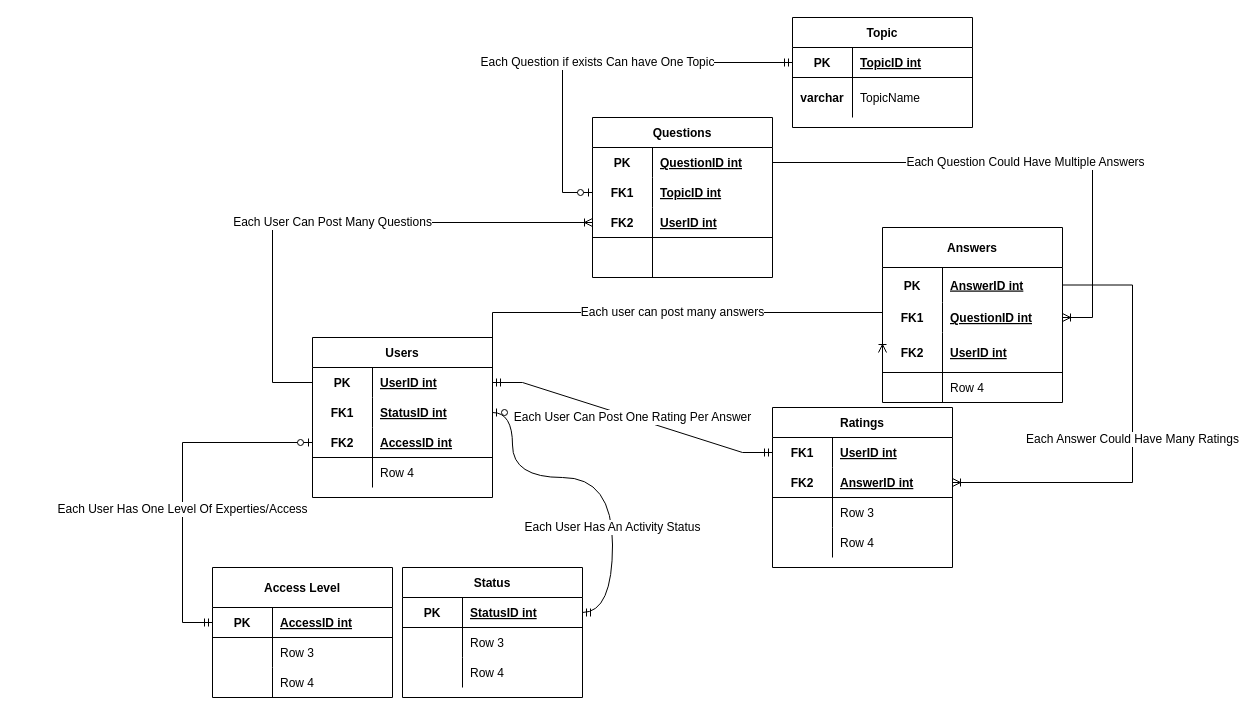
Before: Pratice5/DatabaseRelation.drawio in Frillion/mysqlDatabases2022, a draw.io diagram. Source tidied: cells renumbered, new cells numbered last; positions are measured from the earlier drawing's top-left corner, leaving out a move shared by most shapes. Both pictures are drawn from the tidied source at 100%, with x=0, y=0 at pixel (182, 17).
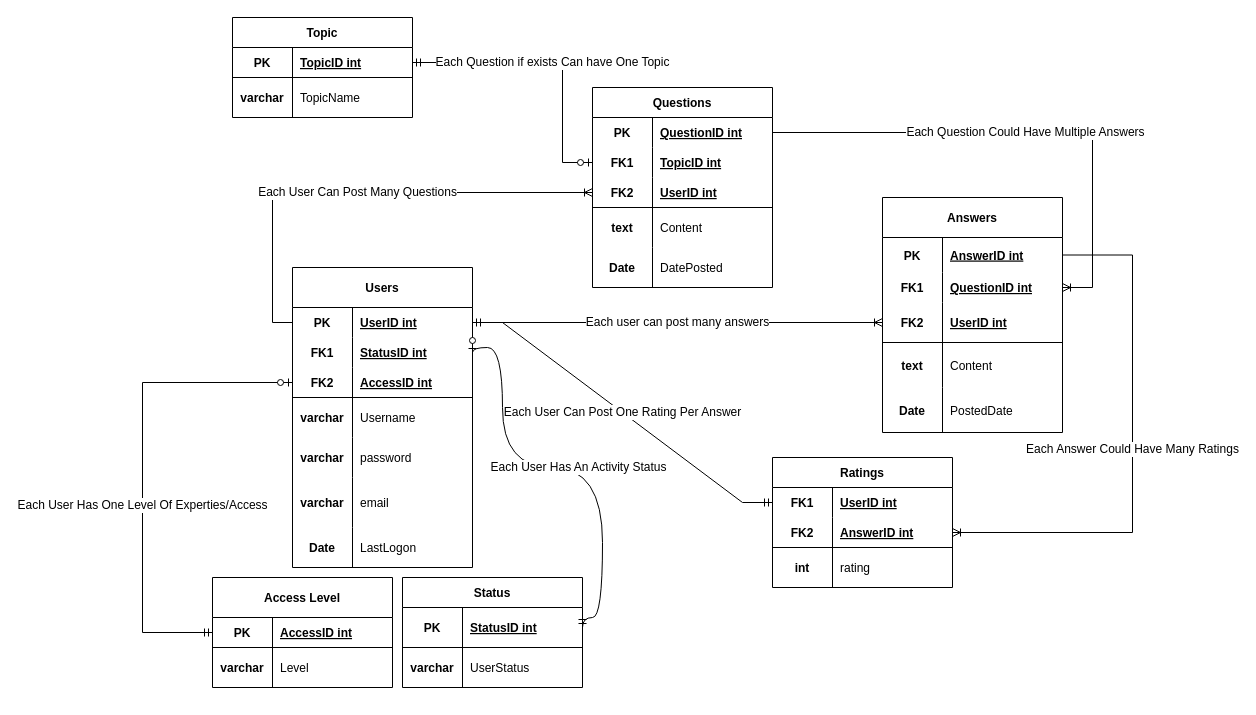
The same diagram, later.

Unchanged cells that the change refers to:
```xml
<mxCell id="22" style="shape=tableRow;horizontal=0;startSize=0;swimlaneHead=0;swimlaneBody=0;fillColor=none;points=[[0,0.5],[1,0.5]];portConstraint=eastwest;top=0;left=0;right=0;bottom=1;" parent="15" vertex="1">
  <mxGeometry y="105" width="180" height="40" as="geometry" />
</mxCell>
<mxCell id="32" style="shape=tableRow;horizontal=0;startSize=0;swimlaneHead=0;swimlaneBody=0;fillColor=none;points=[[0,0.5],[1,0.5]];portConstraint=eastwest;top=0;left=0;right=0;bottom=0;" parent="28" vertex="1">
  <mxGeometry y="60" width="180" height="30" as="geometry" />
</mxCell>
<mxCell id="38" style="shape=tableRow;horizontal=0;startSize=0;swimlaneHead=0;swimlaneBody=0;fillColor=none;top=0;left=0;right=0;bottom=0;" parent="28" vertex="1">
  <mxGeometry y="120" width="180" height="40" as="geometry" />
</mxCell>
<mxCell id="60" style="shape=tableRow;horizontal=0;startSize=0;swimlaneHead=0;swimlaneBody=0;fillColor=none;points=[[0,0.5],[1,0.5]];portConstraint=eastwest;top=0;left=0;right=0;bottom=1;" parent="59" vertex="1">
  <mxGeometry y="40" width="180" height="30" as="geometry" />
</mxCell>
<mxCell id="71" style="shape=tableRow;horizontal=0;startSize=0;swimlaneHead=0;swimlaneBody=0;fillColor=none;points=[[0,0.5],[1,0.5]];portConstraint=eastwest;top=0;left=0;right=0;bottom=1;strokeColor=default;" parent="70" vertex="1">
  <mxGeometry y="30" width="180" height="30" as="geometry" />
</mxCell>
```

Change to the diagram source:
```diff
@@
-    <mxCell id="2" value="Users" style="shape=table;startSize=30;childLayout=tableLayout;rowLines=0;fontStyle=1;align=center;strokeColor=default;" parent="1" vertex="1">
-      <mxGeometry x="130" y="320" width="180" height="160" as="geometry" />
+    <mxCell id="2" value="Users" style="shape=table;startSize=40;childLayout=tableLayout;rowLines=0;fontStyle=1;align=center;strokeColor=default;" parent="1" vertex="1">
+      <mxGeometry x="110" y="250" width="180" height="300" as="geometry" />
     </mxCell>
     <mxCell id="3" style="shape=tableRow;horizontal=0;startSize=0;swimlaneHead=0;swimlaneBody=0;fillColor=none;points=[[0,0.5],[1,0.5]];portConstraint=eastwest;top=0;left=0;right=0;bottom=0;" parent="2" vertex="1">
-      <mxGeometry y="30" width="180" height="30" as="geometry" />
+      <mxGeometry y="40" width="180" height="30" as="geometry" />
     </mxCell>
@@
     <mxCell id="6" style="shape=tableRow;horizontal=0;startSize=0;swimlaneHead=0;swimlaneBody=0;fillColor=none;points=[[0,0.5],[1,0.5]];portConstraint=eastwest;top=0;left=0;right=0;bottom=0;" parent="2" vertex="1">
-      <mxGeometry y="60" width="180" height="30" as="geometry" />
+      <mxGeometry y="70" width="180" height="30" as="geometry" />
     </mxCell>
@@
     <mxCell id="9" style="shape=tableRow;horizontal=0;startSize=0;swimlaneHead=0;swimlaneBody=0;fillColor=none;points=[[0,0.5],[1,0.5]];portConstraint=eastwest;top=0;left=0;right=0;bottom=1;" parent="2" vertex="1">
-      <mxGeometry y="90" width="180" height="30" as="geometry" />
+      <mxGeometry y="100" width="180" height="30" as="geometry" />
     </mxCell>
@@
     <mxCell id="12" style="shape=tableRow;horizontal=0;startSize=0;swimlaneHead=0;swimlaneBody=0;fillColor=none;top=0;left=0;right=0;bottom=0;" parent="2" vertex="1">
-      <mxGeometry y="120" width="180" height="30" as="geometry" />
+      <mxGeometry y="130" width="180" height="40" as="geometry" />
     </mxCell>
-    <mxCell id="13" style="shape=partialRectangle;fillColor=none;top=0;left=0;bottom=0;right=0;overflow=hidden;" parent="12" vertex="1">
-      <mxGeometry width="60" height="30" as="geometry" />
+    <mxCell id="13" value="varchar" style="shape=partialRectangle;fillColor=none;top=0;left=0;bottom=0;right=0;overflow=hidden;fontStyle=1;" parent="12" vertex="1">
+      <mxGeometry width="60" height="40" as="geometry" />
     </mxCell>
-    <mxCell id="14" value="Row 4" style="shape=partialRectangle;fillColor=none;top=0;left=0;bottom=0;right=0;align=left;spacingLeft=6;overflow=hidden;" parent="12" vertex="1">
-      <mxGeometry x="60" width="120" height="30" as="geometry" />
+    <mxCell id="14" value="Username" style="shape=partialRectangle;fillColor=none;top=0;left=0;bottom=0;right=0;align=left;spacingLeft=6;overflow=hidden;" parent="12" vertex="1">
+      <mxGeometry x="60" width="120" height="40" as="geometry" />
     </mxCell>
+    <mxCell id="89" style="shape=tableRow;horizontal=0;startSize=0;swimlaneHead=0;swimlaneBody=0;fillColor=none;top=0;left=0;right=0;bottom=0;" parent="2" vertex="1">
+      <mxGeometry y="170" width="180" height="40" as="geometry" />
+    </mxCell>
+    <mxCell id="90" value="varchar" style="shape=partialRectangle;fillColor=none;top=0;left=0;bottom=0;right=0;overflow=hidden;fontStyle=1;" parent="89" vertex="1">
+      <mxGeometry width="60" height="40" as="geometry" />
+    </mxCell>
+    <mxCell id="91" value="password" style="shape=partialRectangle;fillColor=none;top=0;left=0;bottom=0;right=0;align=left;spacingLeft=6;overflow=hidden;" parent="89" vertex="1">
+      <mxGeometry x="60" width="120" height="40" as="geometry" />
+    </mxCell>
+    <mxCell id="92" style="shape=tableRow;horizontal=0;startSize=0;swimlaneHead=0;swimlaneBody=0;fillColor=none;top=0;left=0;right=0;bottom=0;" parent="2" vertex="1">
+      <mxGeometry y="210" width="180" height="50" as="geometry" />
+    </mxCell>
+    <mxCell id="93" value="varchar" style="shape=partialRectangle;fillColor=none;top=0;left=0;bottom=0;right=0;fontStyle=1;overflow=hidden;" parent="92" vertex="1">
+      <mxGeometry width="60" height="50" as="geometry" />
+    </mxCell>
+    <mxCell id="94" value="email" style="shape=partialRectangle;fillColor=none;top=0;left=0;bottom=0;right=0;align=left;spacingLeft=6;fontStyle=0;overflow=hidden;" parent="92" vertex="1">
+      <mxGeometry x="60" width="120" height="50" as="geometry" />
+    </mxCell>
+    <mxCell id="95" style="shape=tableRow;horizontal=0;startSize=0;swimlaneHead=0;swimlaneBody=0;fillColor=none;top=0;left=0;right=0;bottom=0;" parent="2" vertex="1">
+      <mxGeometry y="260" width="180" height="40" as="geometry" />
+    </mxCell>
+    <mxCell id="96" value="Date" style="shape=partialRectangle;fillColor=none;top=0;left=0;bottom=0;right=0;fontStyle=1;overflow=hidden;" parent="95" vertex="1">
+      <mxGeometry width="60" height="40" as="geometry" />
+    </mxCell>
+    <mxCell id="97" value="LastLogon" style="shape=partialRectangle;fillColor=none;top=0;left=0;bottom=0;right=0;align=left;spacingLeft=6;fontStyle=0;overflow=hidden;" parent="95" vertex="1">
+      <mxGeometry x="60" width="120" height="40" as="geometry" />
+    </mxCell>
     <mxCell id="15" value="Answers" style="shape=table;startSize=40;childLayout=tableLayout;rowLines=0;fontStyle=1;align=center;" parent="1" vertex="1">
-      <mxGeometry x="700" y="210" width="180" height="175" as="geometry" />
+      <mxGeometry x="700" y="180" width="180" height="235" as="geometry" />
     </mxCell>
@@
     <mxCell id="25" style="shape=tableRow;horizontal=0;startSize=0;swimlaneHead=0;swimlaneBody=0;fillColor=none;top=0;left=0;right=0;bottom=0;" parent="15" vertex="1">
-      <mxGeometry y="145" width="180" height="30" as="geometry" />
+      <mxGeometry y="145" width="180" height="45" as="geometry" />
     </mxCell>
-    <mxCell id="26" style="shape=partialRectangle;fillColor=none;top=0;left=0;bottom=0;right=0;overflow=hidden;" parent="25" vertex="1">
-      <mxGeometry width="60" height="30" as="geometry" />
+    <mxCell id="26" value="text" style="shape=partialRectangle;fillColor=none;top=0;left=0;bottom=0;right=0;overflow=hidden;fontStyle=1;" parent="25" vertex="1">
+      <mxGeometry width="60" height="45" as="geometry" />
     </mxCell>
-    <mxCell id="27" value="Row 4" style="shape=partialRectangle;fillColor=none;top=0;left=0;bottom=0;right=0;align=left;spacingLeft=6;overflow=hidden;" parent="25" vertex="1">
-      <mxGeometry x="60" width="120" height="30" as="geometry" />
+    <mxCell id="27" value="Content" style="shape=partialRectangle;fillColor=none;top=0;left=0;bottom=0;right=0;align=left;spacingLeft=6;overflow=hidden;" parent="25" vertex="1">
+      <mxGeometry x="60" width="120" height="45" as="geometry" />
     </mxCell>
+    <mxCell id="98" style="shape=tableRow;horizontal=0;startSize=0;swimlaneHead=0;swimlaneBody=0;fillColor=none;top=0;left=0;right=0;bottom=0;" parent="15" vertex="1">
+      <mxGeometry y="190" width="180" height="45" as="geometry" />
+    </mxCell>
+    <mxCell id="99" value="Date" style="shape=partialRectangle;fillColor=none;top=0;left=0;bottom=0;right=0;overflow=hidden;fontStyle=1;" parent="98" vertex="1">
+      <mxGeometry width="60" height="45" as="geometry" />
+    </mxCell>
+    <mxCell id="100" value="PostedDate" style="shape=partialRectangle;fillColor=none;top=0;left=0;bottom=0;right=0;align=left;spacingLeft=6;overflow=hidden;" parent="98" vertex="1">
+      <mxGeometry x="60" width="120" height="45" as="geometry" />
+    </mxCell>
     <mxCell id="28" value="Questions" style="shape=table;startSize=30;childLayout=tableLayout;rowLines=0;fontStyle=1;align=center;" parent="1" vertex="1">
-      <mxGeometry x="410" y="100" width="180" height="160" as="geometry" />
+      <mxGeometry x="410" y="70" width="180" height="200" as="geometry" />
     </mxCell>
@@
-    <mxCell id="39" style="shape=partialRectangle;fillColor=none;top=0;left=0;bottom=0;right=0;fontStyle=1;overflow=hidden;" parent="38" vertex="1">
+    <mxCell id="39" value="text" style="shape=partialRectangle;fillColor=none;top=0;left=0;bottom=0;right=0;fontStyle=1;overflow=hidden;" parent="38" vertex="1">
       <mxGeometry width="60" height="40" as="geometry" />
     </mxCell>
-    <mxCell id="40" style="shape=partialRectangle;fillColor=none;top=0;left=0;bottom=0;right=0;align=left;spacingLeft=6;fontStyle=5;overflow=hidden;" parent="38" vertex="1">
+    <mxCell id="40" value="Content" style="shape=partialRectangle;fillColor=none;top=0;left=0;bottom=0;right=0;align=left;spacingLeft=6;fontStyle=0;overflow=hidden;" parent="38" vertex="1">
       <mxGeometry x="60" width="120" height="40" as="geometry" />
     </mxCell>
+    <mxCell id="101" style="shape=tableRow;horizontal=0;startSize=0;swimlaneHead=0;swimlaneBody=0;fillColor=none;top=0;left=0;right=0;bottom=0;" parent="28" vertex="1">
+      <mxGeometry y="160" width="180" height="40" as="geometry" />
+    </mxCell>
+    <mxCell id="102" value="Date" style="shape=partialRectangle;fillColor=none;top=0;left=0;bottom=0;right=0;fontStyle=1;overflow=hidden;" parent="101" vertex="1">
+      <mxGeometry width="60" height="40" as="geometry" />
+    </mxCell>
+    <mxCell id="103" value="DatePosted" style="shape=partialRectangle;fillColor=none;top=0;left=0;bottom=0;right=0;align=left;spacingLeft=6;fontStyle=0;overflow=hidden;" parent="101" vertex="1">
+      <mxGeometry x="60" width="120" height="40" as="geometry" />
+    </mxCell>
-    <mxCell id="41" value="Each user can post many answers" style="edgeStyle=elbowEdgeStyle;fontSize=12;html=1;endArrow=ERoneToMany;rounded=0;entryX=0;entryY=0.5;entryDx=0;entryDy=0;exitX=1;exitY=0.5;exitDx=0;exitDy=0;elbow=vertical;" parent="1" edge="1" source="3" target="22">
-      <mxGeometry relative="1" as="geometry">
-        <Array as="points">
-          <mxPoint x="580" y="295" />
-        </Array>
-      </mxGeometry>
+    <mxCell id="41" value="Each user can post many answers" style="edgeStyle=elbowEdgeStyle;fontSize=12;html=1;endArrow=ERoneToMany;rounded=0;entryX=0;entryY=0.5;entryDx=0;entryDy=0;exitX=1;exitY=0.5;exitDx=0;exitDy=0;" parent="1" edge="1" source="3" target="22">
+      <mxGeometry relative="1" as="geometry" />
     </mxCell>
@@
     <mxCell id="44" value="Ratings" style="shape=table;startSize=30;childLayout=tableLayout;rowLines=0;fontStyle=1;align=center;" parent="1" vertex="1">
-      <mxGeometry x="590" y="390" width="180" height="160" as="geometry" />
+      <mxGeometry x="590" y="440" width="180" height="130" as="geometry" />
     </mxCell>
@@
     <mxCell id="51" style="shape=tableRow;horizontal=0;startSize=0;swimlaneHead=0;swimlaneBody=0;fillColor=none;top=0;left=0;right=0;bottom=0;" parent="44" vertex="1">
-      <mxGeometry y="90" width="180" height="30" as="geometry" />
+      <mxGeometry y="90" width="180" height="40" as="geometry" />
     </mxCell>
-    <mxCell id="52" style="shape=partialRectangle;fillColor=none;top=0;left=0;bottom=0;right=0;overflow=hidden;" parent="51" vertex="1">
-      <mxGeometry width="60" height="30" as="geometry" />
+    <mxCell id="52" value="int" style="shape=partialRectangle;fillColor=none;top=0;left=0;bottom=0;right=0;overflow=hidden;fontStyle=1;" parent="51" vertex="1">
+      <mxGeometry width="60" height="40" as="geometry" />
     </mxCell>
-    <mxCell id="53" value="Row 3" style="shape=partialRectangle;fillColor=none;top=0;left=0;bottom=0;right=0;align=left;spacingLeft=6;overflow=hidden;" parent="51" vertex="1">
-      <mxGeometry x="60" width="120" height="30" as="geometry" />
+    <mxCell id="53" value="rating" style="shape=partialRectangle;fillColor=none;top=0;left=0;bottom=0;right=0;align=left;spacingLeft=6;overflow=hidden;" parent="51" vertex="1">
+      <mxGeometry x="60" width="120" height="40" as="geometry" />
     </mxCell>
-    <mxCell id="54" style="shape=tableRow;horizontal=0;startSize=0;swimlaneHead=0;swimlaneBody=0;fillColor=none;top=0;left=0;right=0;bottom=0;" parent="44" vertex="1">
-      <mxGeometry y="120" width="180" height="30" as="geometry" />
-    </mxCell>
-    <mxCell id="55" style="shape=partialRectangle;fillColor=none;top=0;left=0;bottom=0;right=0;overflow=hidden;" parent="54" vertex="1">
-      <mxGeometry width="60" height="30" as="geometry" />
-    </mxCell>
-    <mxCell id="56" value="Row 4" style="shape=partialRectangle;fillColor=none;top=0;left=0;bottom=0;right=0;align=left;spacingLeft=6;overflow=hidden;" parent="54" vertex="1">
-      <mxGeometry x="60" width="120" height="30" as="geometry" />
-    </mxCell>
@@
     <mxCell id="59" value="Access Level" style="shape=table;startSize=40;childLayout=tableLayout;rowLines=0;fontStyle=1;align=center;" parent="1" vertex="1">
-      <mxGeometry x="30" y="550" width="180" height="130" as="geometry" />
+      <mxGeometry x="30" y="560" width="180" height="110" as="geometry" />
     </mxCell>
@@
     <mxCell id="63" style="shape=tableRow;horizontal=0;startSize=0;swimlaneHead=0;swimlaneBody=0;fillColor=none;top=0;left=0;right=0;bottom=0;" parent="59" vertex="1">
-      <mxGeometry y="70" width="180" height="30" as="geometry" />
+      <mxGeometry y="70" width="180" height="40" as="geometry" />
     </mxCell>
-    <mxCell id="64" style="shape=partialRectangle;fillColor=none;top=0;left=0;bottom=0;right=0;overflow=hidden;" parent="63" vertex="1">
-      <mxGeometry width="60" height="30" as="geometry" />
+    <mxCell id="64" value="varchar" style="shape=partialRectangle;fillColor=none;top=0;left=0;bottom=0;right=0;overflow=hidden;fontStyle=1;" parent="63" vertex="1">
+      <mxGeometry width="60" height="40" as="geometry" />
     </mxCell>
-    <mxCell id="65" value="Row 3" style="shape=partialRectangle;fillColor=none;top=0;left=0;bottom=0;right=0;align=left;spacingLeft=6;overflow=hidden;" parent="63" vertex="1">
-      <mxGeometry x="60" width="120" height="30" as="geometry" />
+    <mxCell id="65" value="Level" style="shape=partialRectangle;fillColor=none;top=0;left=0;bottom=0;right=0;align=left;spacingLeft=6;overflow=hidden;" parent="63" vertex="1">
+      <mxGeometry x="60" width="120" height="40" as="geometry" />
     </mxCell>
-    <mxCell id="66" style="shape=tableRow;horizontal=0;startSize=0;swimlaneHead=0;swimlaneBody=0;fillColor=none;top=0;left=0;right=0;bottom=0;" parent="59" vertex="1">
-      <mxGeometry y="100" width="180" height="30" as="geometry" />
-    </mxCell>
-    <mxCell id="67" style="shape=partialRectangle;fillColor=none;top=0;left=0;bottom=0;right=0;overflow=hidden;" parent="66" vertex="1">
-      <mxGeometry width="60" height="30" as="geometry" />
-    </mxCell>
-    <mxCell id="68" value="Row 4" style="shape=partialRectangle;fillColor=none;top=0;left=0;bottom=0;right=0;align=left;spacingLeft=6;overflow=hidden;" parent="66" vertex="1">
-      <mxGeometry x="60" width="120" height="30" as="geometry" />
-    </mxCell>
-    <mxCell id="69" value="Each Question if exists Can have One Topic" style="edgeStyle=elbowEdgeStyle;fontSize=12;html=1;endArrow=ERzeroToOne;startArrow=ERmandOne;rounded=0;exitX=0;exitY=0.5;exitDx=0;exitDy=0;entryX=0;entryY=0.5;entryDx=0;entryDy=0;" parent="1" edge="1" source="71" target="32">
+    <mxCell id="69" value="Each Question if exists Can have One Topic" style="edgeStyle=elbowEdgeStyle;fontSize=12;html=1;endArrow=ERzeroToOne;startArrow=ERmandOne;rounded=0;entryX=0;entryY=0.5;entryDx=0;entryDy=0;exitX=1;exitY=0.5;exitDx=0;exitDy=0;" parent="1" edge="1" source="71" target="32">
       <mxGeometry relative="1" as="geometry">
         <Array as="points">
           <mxPoint x="380" y="90" />
         </Array>
       </mxGeometry>
     </mxCell>
     <mxCell id="70" value="Topic" style="shape=table;startSize=30;childLayout=tableLayout;rowLines=0;fontStyle=1;align=center;strokeColor=default;fillColor=none;" parent="1" vertex="1">
-      <mxGeometry x="610" width="180" height="110" as="geometry" />
+      <mxGeometry x="50" width="180" height="100" as="geometry" />
     </mxCell>
@@
     <mxCell id="77" value="Each User Has One Level Of Experties/Access" style="edgeStyle=elbowEdgeStyle;fontSize=12;html=1;endArrow=ERzeroToOne;startArrow=ERmandOne;rounded=0;exitX=0;exitY=0.5;exitDx=0;exitDy=0;entryX=0;entryY=0.5;entryDx=0;entryDy=0;" parent="1" edge="1" source="60" target="9">
       <mxGeometry x="-0.16" relative="1" as="geometry">
         <Array as="points">
+          <mxPoint x="-40" y="420" />
           <mxPoint y="540" />
           <mxPoint x="10" y="520" />
           <mxPoint x="110" y="450" />
         </Array>
       </mxGeometry>
     </mxCell>
+    <mxCell id="88" value="Each User Has An Activity Status" style="fontSize=12;html=1;endArrow=ERzeroToOne;startArrow=ERmandOne;rounded=0;exitX=1;exitY=0.5;exitDx=0;exitDy=0;entryX=1;entryY=0.5;entryDx=0;entryDy=0;elbow=vertical;edgeStyle=orthogonalEdgeStyle;curved=1;" parent="1" edge="1" source="104" target="6">
+      <mxGeometry x="-0.06" relative="1" as="geometry">
+        <Array as="points">
+          <mxPoint x="420" y="600" />
+          <mxPoint x="420" y="450" />
+          <mxPoint x="320" y="450" />
+          <mxPoint x="320" y="330" />
+          <mxPoint x="290" y="330" />
+        </Array>
+      </mxGeometry>
+    </mxCell>
-    <mxCell id="78" value="Status" style="shape=table;startSize=30;childLayout=tableLayout;rowLines=0;fontStyle=1;align=center;strokeColor=default;fillColor=none;" parent="1" vertex="1">
-      <mxGeometry x="220" y="550" width="180" height="130" as="geometry" />
+    <mxCell id="78" value="Status" style="shape=table;startSize=30;childLayout=tableLayout;rowLines=0;fontStyle=1;align=center;" parent="1" vertex="1">
+      <mxGeometry x="220" y="560" width="180" height="110" as="geometry" />
     </mxCell>
-    <mxCell id="79" style="shape=tableRow;horizontal=0;startSize=0;swimlaneHead=0;swimlaneBody=0;fillColor=none;points=[[0,0.5],[1,0.5]];portConstraint=eastwest;top=0;left=0;right=0;bottom=1;strokeColor=default;" parent="78" vertex="1">
-      <mxGeometry y="30" width="180" height="30" as="geometry" />
-    </mxCell>
+    <mxCell id="104" style="shape=tableRow;horizontal=0;startSize=0;swimlaneHead=0;swimlaneBody=0;fillColor=none;points=[[0,0.5],[1,0.5]];portConstraint=eastwest;top=0;left=0;right=0;bottom=1;" parent="78" vertex="1">
+      <mxGeometry y="30" width="180" height="40" as="geometry" />
+    </mxCell>
-    <mxCell id="80" value="PK" style="shape=partialRectangle;fillColor=none;top=0;left=0;bottom=0;right=0;fontStyle=1;overflow=hidden;strokeColor=default;" parent="79" vertex="1">
-      <mxGeometry width="60" height="30" as="geometry" />
+    <mxCell id="80" value="PK" style="shape=partialRectangle;fillColor=none;top=0;left=0;bottom=0;right=0;fontStyle=1;overflow=hidden;" parent="104" vertex="1">
+      <mxGeometry width="60" height="40" as="geometry" />
     </mxCell>
-    <mxCell id="81" value="StatusID int" style="shape=partialRectangle;fillColor=none;top=0;left=0;bottom=0;right=0;align=left;spacingLeft=6;fontStyle=5;overflow=hidden;strokeColor=default;" parent="79" vertex="1">
-      <mxGeometry x="60" width="120" height="30" as="geometry" />
+    <mxCell id="81" value="StatusID int" style="shape=partialRectangle;fillColor=none;top=0;left=0;bottom=0;right=0;align=left;spacingLeft=6;fontStyle=5;overflow=hidden;" parent="104" vertex="1">
+      <mxGeometry x="60" width="120" height="40" as="geometry" />
     </mxCell>
-    <mxCell id="82" style="shape=tableRow;horizontal=0;startSize=0;swimlaneHead=0;swimlaneBody=0;fillColor=none;top=0;left=0;right=0;bottom=0;strokeColor=default;" parent="78" vertex="1">
-      <mxGeometry y="60" width="180" height="30" as="geometry" />
-    </mxCell>
-    <mxCell id="83" style="shape=partialRectangle;fillColor=none;top=0;left=0;bottom=0;right=0;overflow=hidden;strokeColor=default;" parent="82" vertex="1">
-      <mxGeometry width="60" height="30" as="geometry" />
-    </mxCell>
-    <mxCell id="84" value="Row 3" style="shape=partialRectangle;fillColor=none;top=0;left=0;bottom=0;right=0;align=left;spacingLeft=6;overflow=hidden;strokeColor=default;" parent="82" vertex="1">
-      <mxGeometry x="60" width="120" height="30" as="geometry" />
-    </mxCell>
-    <mxCell id="85" style="shape=tableRow;horizontal=0;startSize=0;swimlaneHead=0;swimlaneBody=0;fillColor=none;top=0;left=0;right=0;bottom=0;strokeColor=default;" parent="78" vertex="1">
-      <mxGeometry y="90" width="180" height="30" as="geometry" />
-    </mxCell>
-    <mxCell id="86" style="shape=partialRectangle;fillColor=none;top=0;left=0;bottom=0;right=0;overflow=hidden;strokeColor=default;" parent="85" vertex="1">
-      <mxGeometry width="60" height="30" as="geometry" />
-    </mxCell>
-    <mxCell id="87" value="Row 4" style="shape=partialRectangle;fillColor=none;top=0;left=0;bottom=0;right=0;align=left;spacingLeft=6;overflow=hidden;strokeColor=default;" parent="85" vertex="1">
-      <mxGeometry x="60" width="120" height="30" as="geometry" />
-    </mxCell>
-    <mxCell id="88" value="Each User Has An Activity Status" style="edgeStyle=orthogonalEdgeStyle;fontSize=12;html=1;endArrow=ERzeroToOne;startArrow=ERmandOne;rounded=0;exitX=1;exitY=0.5;exitDx=0;exitDy=0;entryX=1;entryY=0.5;entryDx=0;entryDy=0;elbow=vertical;curved=1;" parent="1" edge="1" source="79" target="6">
-      <mxGeometry x="-0.34" relative="1" as="geometry">
-        <Array as="points">
-          <mxPoint x="430" y="595" />
-          <mxPoint x="430" y="460" />
-          <mxPoint x="330" y="460" />
-          <mxPoint x="330" y="395" />
-        </Array>
-      </mxGeometry>
-    </mxCell>
+    <mxCell id="105" style="shape=tableRow;horizontal=0;startSize=0;swimlaneHead=0;swimlaneBody=0;fillColor=none;top=0;left=0;right=0;bottom=0;" parent="78" vertex="1">
+      <mxGeometry y="70" width="180" height="40" as="geometry" />
+    </mxCell>
+    <mxCell id="106" value="varchar" style="shape=partialRectangle;fillColor=none;top=0;left=0;bottom=0;right=0;overflow=hidden;fontStyle=1;" parent="105" vertex="1">
+      <mxGeometry width="60" height="40" as="geometry" />
+    </mxCell>
+    <mxCell id="107" value="UserStatus" style="shape=partialRectangle;fillColor=none;top=0;left=0;bottom=0;right=0;align=left;spacingLeft=6;overflow=hidden;" parent="105" vertex="1">
+      <mxGeometry x="60" width="120" height="40" as="geometry" />
+    </mxCell>
```
